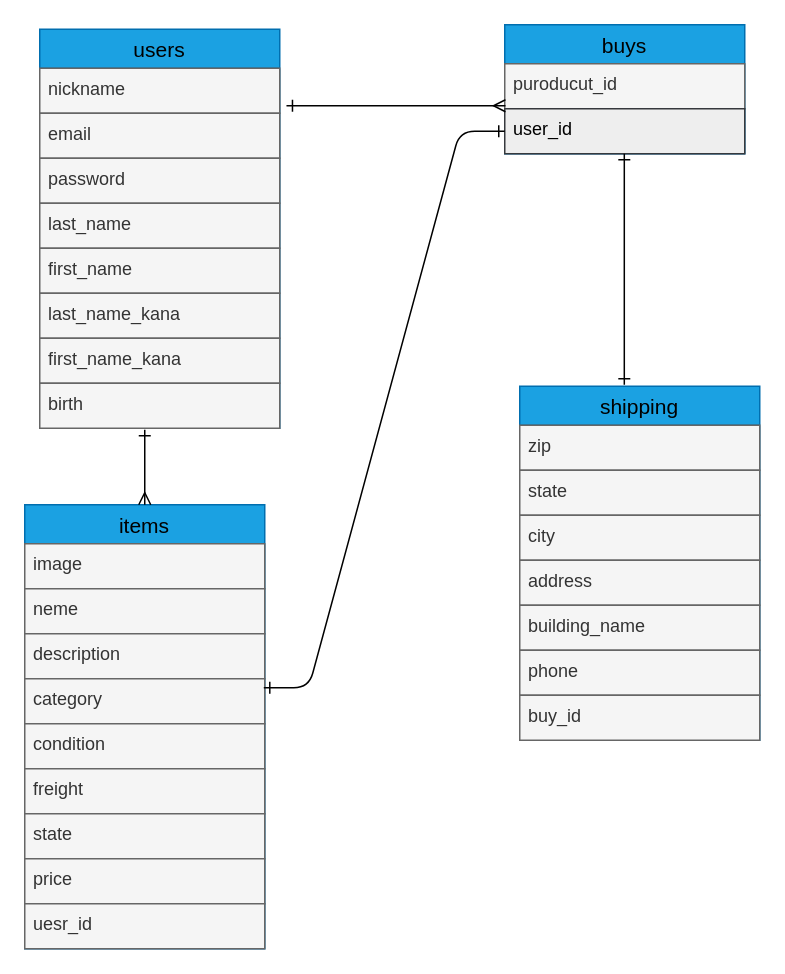
Before: page "ページ1" (1 of 2) of frima.dio in kamoshidadesu/furima-38934, a draw.io diagram. Source tidied: cells renumbered, new cells numbered last; positions are measured from the earlier drawing's top-left corner, leaving out a move shared by most shapes. Both pictures are drawn from the tidied source at 150%, with x=0, y=0 at pixel (24, 24).
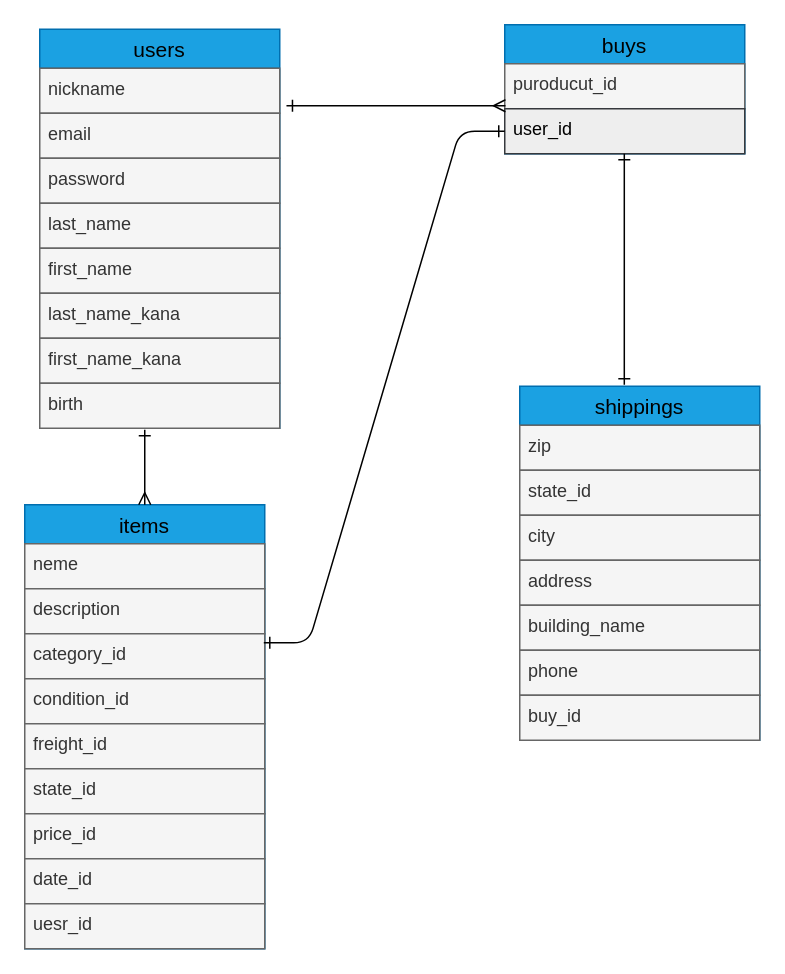
After the change.

Unchanged cells that the change refers to:
```xml
<mxCell id="14" value="items" style="swimlane;fontStyle=0;horizontal=1;startSize=26;align=center;fontSize=14;fillColor=#1ba1e2;fontColor=#000000;strokeColor=#006EAF;" parent="1" vertex="1">
  <mxGeometry y="320" width="160" height="296" as="geometry" />
</mxCell>
```

What changed in the source:
```diff
@@
-    <mxCell id="15" value="image" style="text;strokeColor=#666666;fillColor=#f5f5f5;spacingLeft=4;spacingRight=4;overflow=hidden;fontSize=12;fontColor=#333333;" parent="14" vertex="1">
-      <mxGeometry y="26" width="160" height="30" as="geometry" />
-    </mxCell>
     <mxCell id="16" value="neme" style="text;strokeColor=#666666;fillColor=#f5f5f5;spacingLeft=4;spacingRight=4;overflow=hidden;fontSize=12;fontColor=#333333;" parent="14" vertex="1">
-      <mxGeometry y="56" width="160" height="30" as="geometry" />
+      <mxGeometry y="26" width="160" height="30" as="geometry" />
     </mxCell>
     <mxCell id="17" value="description" style="text;strokeColor=#666666;fillColor=#f5f5f5;spacingLeft=4;spacingRight=4;overflow=hidden;fontSize=12;fontColor=#333333;" parent="14" vertex="1">
-      <mxGeometry y="86" width="160" height="30" as="geometry" />
+      <mxGeometry y="56" width="160" height="30" as="geometry" />
     </mxCell>
-    <mxCell id="18" value="category" style="text;strokeColor=#666666;fillColor=#f5f5f5;spacingLeft=4;spacingRight=4;overflow=hidden;points=[[0,0.5],[1,0.5]];portConstraint=eastwest;fontSize=12;fontColor=#333333;" parent="14" vertex="1">
-      <mxGeometry y="116" width="160" height="30" as="geometry" />
+    <mxCell id="18" value="category_id" style="text;strokeColor=#666666;fillColor=#f5f5f5;spacingLeft=4;spacingRight=4;overflow=hidden;points=[[0,0.5],[1,0.5]];portConstraint=eastwest;fontSize=12;fontColor=#333333;" parent="14" vertex="1">
+      <mxGeometry y="86" width="160" height="30" as="geometry" />
     </mxCell>
-    <mxCell id="19" value="condition" style="text;strokeColor=#666666;fillColor=#f5f5f5;spacingLeft=4;spacingRight=4;overflow=hidden;fontSize=12;fontColor=#333333;" parent="14" vertex="1">
-      <mxGeometry y="146" width="160" height="30" as="geometry" />
+    <mxCell id="19" value="condition_id " style="text;strokeColor=#666666;fillColor=#f5f5f5;spacingLeft=4;spacingRight=4;overflow=hidden;fontSize=12;fontColor=#333333;" parent="14" vertex="1">
+      <mxGeometry y="116" width="160" height="30" as="geometry" />
     </mxCell>
-    <mxCell id="20" value="freight" style="text;strokeColor=#666666;fillColor=#f5f5f5;spacingLeft=4;spacingRight=4;overflow=hidden;fontSize=12;fontColor=#333333;" parent="14" vertex="1">
-      <mxGeometry y="176" width="160" height="30" as="geometry" />
+    <mxCell id="20" value="freight_id" style="text;strokeColor=#666666;fillColor=#f5f5f5;spacingLeft=4;spacingRight=4;overflow=hidden;fontSize=12;fontColor=#333333;" parent="14" vertex="1">
+      <mxGeometry y="146" width="160" height="30" as="geometry" />
     </mxCell>
-    <mxCell id="21" value="state" style="text;strokeColor=#666666;fillColor=#f5f5f5;spacingLeft=4;spacingRight=4;overflow=hidden;fontSize=12;fontColor=#333333;" parent="14" vertex="1">
-      <mxGeometry y="206" width="160" height="30" as="geometry" />
+    <mxCell id="21" value="state_id" style="text;strokeColor=#666666;fillColor=#f5f5f5;spacingLeft=4;spacingRight=4;overflow=hidden;fontSize=12;fontColor=#333333;" parent="14" vertex="1">
+      <mxGeometry y="176" width="160" height="30" as="geometry" />
     </mxCell>
-    <mxCell id="22" value="price" style="text;strokeColor=#666666;fillColor=#f5f5f5;spacingLeft=4;spacingRight=4;overflow=hidden;fontSize=12;fontColor=#333333;" parent="14" vertex="1">
-      <mxGeometry y="236" width="160" height="30" as="geometry" />
+    <mxCell id="22" value="price_id" style="text;strokeColor=#666666;fillColor=#f5f5f5;spacingLeft=4;spacingRight=4;overflow=hidden;fontSize=12;fontColor=#333333;" parent="14" vertex="1">
+      <mxGeometry y="206" width="160" height="30" as="geometry" />
     </mxCell>
+    <mxCell id="36" value="date_id" style="text;strokeColor=#666666;fillColor=#f5f5f5;spacingLeft=4;spacingRight=4;overflow=hidden;fontSize=12;fontColor=#333333;" parent="14" vertex="1">
+      <mxGeometry y="236" width="160" height="30" as="geometry" />
+    </mxCell>
@@
-    <mxCell id="24" value="shipping" style="swimlane;fontStyle=0;horizontal=1;startSize=26;align=center;fontSize=14;fontColor=#000000;fillColor=#1ba1e2;strokeColor=#006EAF;" parent="1" vertex="1">
+    <mxCell id="24" value="shippings" style="swimlane;fontStyle=0;horizontal=1;startSize=26;align=center;fontSize=14;fontColor=#000000;fillColor=#1ba1e2;strokeColor=#006EAF;" parent="1" vertex="1">
       <mxGeometry x="330" y="241" width="160" height="236" as="geometry" />
     </mxCell>
@@
-    <mxCell id="26" value="state" style="text;strokeColor=#666666;fillColor=#f5f5f5;spacingLeft=4;spacingRight=4;overflow=hidden;fontSize=12;fontColor=#333333;" parent="24" vertex="1">
+    <mxCell id="26" value="state_id" style="text;strokeColor=#666666;fillColor=#f5f5f5;spacingLeft=4;spacingRight=4;overflow=hidden;fontSize=12;fontColor=#333333;" parent="24" vertex="1">
       <mxGeometry y="56" width="160" height="30" as="geometry" />
     </mxCell>
```
